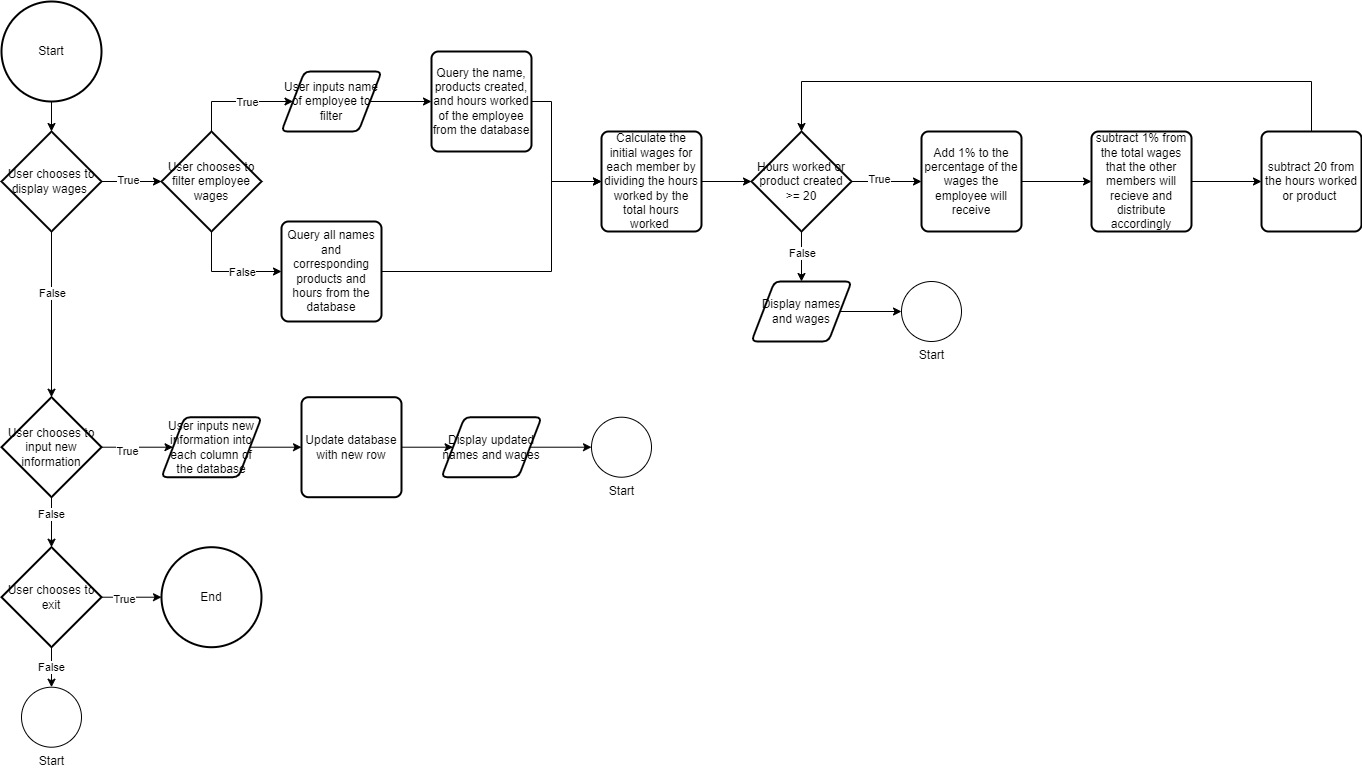
Above: Wage Calculator Flowchart.drawio.png in mimimelonxxxx/CSE2190 (draw.io), before the change. Source tidied: cells renumbered, new cells last; positions are measured from the earlier drawing's top-left corner, leaving out a move shared by most shapes. Source of this version:
```xml
<mxGraphModel>
  <root>
    <mxCell id="0" />
    <mxCell id="1" parent="0" />
    <mxCell id="2" style="edgeStyle=orthogonalEdgeStyle;rounded=0;jettySize=auto;html=1;" parent="1" edge="1" source="3" target="8">
      <mxGeometry relative="1" as="geometry" />
    </mxCell>
    <mxCell id="3" value="Start" style="strokeWidth=2;html=1;shape=mxgraph.flowchart.start_2;whiteSpace=wrap;" parent="1" vertex="1">
      <mxGeometry width="100" height="100" as="geometry" />
    </mxCell>
    <mxCell id="4" style="edgeStyle=orthogonalEdgeStyle;rounded=0;jettySize=auto;html=1;" parent="1" edge="1" source="8" target="13">
      <mxGeometry relative="1" as="geometry" />
    </mxCell>
    <mxCell id="5" value="False" style="edgeLabel;html=1;align=center;verticalAlign=middle;" parent="4" vertex="1">
      <mxGeometry x="-0.27" y="9" relative="1" as="geometry">
        <mxPoint x="-9" as="offset" />
      </mxGeometry>
    </mxCell>
    <mxCell id="6" style="edgeStyle=orthogonalEdgeStyle;rounded=0;jettySize=auto;html=1;" parent="1" edge="1" source="8" target="24">
      <mxGeometry relative="1" as="geometry" />
    </mxCell>
    <mxCell id="7" value="True" style="edgeLabel;html=1;align=center;verticalAlign=middle;" parent="6" vertex="1">
      <mxGeometry x="-0.13" y="2" relative="1" as="geometry" />
    </mxCell>
    <mxCell id="8" value="User chooses to display wages&amp;nbsp;" style="strokeWidth=2;html=1;shape=mxgraph.flowchart.decision;whiteSpace=wrap;" parent="1" vertex="1">
      <mxGeometry y="130" width="100" height="100" as="geometry" />
    </mxCell>
    <mxCell id="9" style="edgeStyle=orthogonalEdgeStyle;rounded=0;jettySize=auto;html=1;" parent="1" edge="1" source="13" target="17">
      <mxGeometry relative="1" as="geometry" />
    </mxCell>
    <mxCell id="10" value="False" style="edgeLabel;html=1;align=center;verticalAlign=middle;" parent="9" vertex="1">
      <mxGeometry x="-0.33" y="-1" relative="1" as="geometry" />
    </mxCell>
    <mxCell id="11" style="edgeStyle=orthogonalEdgeStyle;rounded=0;jettySize=auto;html=1;" parent="1" edge="1" source="13" target="35">
      <mxGeometry relative="1" as="geometry" />
    </mxCell>
    <mxCell id="12" value="True" style="edgeLabel;html=1;align=center;verticalAlign=middle;" parent="11" vertex="1">
      <mxGeometry x="-0.29" y="-4" relative="1" as="geometry" />
    </mxCell>
    <mxCell id="13" value="User chooses to input new information" style="strokeWidth=2;html=1;shape=mxgraph.flowchart.decision;whiteSpace=wrap;" parent="1" vertex="1">
      <mxGeometry y="395.7" width="100" height="100" as="geometry" />
    </mxCell>
    <mxCell id="14" value="False" style="edgeStyle=orthogonalEdgeStyle;rounded=0;jettySize=auto;html=1;" parent="1" edge="1" source="17" target="18">
      <mxGeometry relative="1" as="geometry" />
    </mxCell>
    <mxCell id="15" style="edgeStyle=orthogonalEdgeStyle;rounded=0;jettySize=auto;html=1;" parent="1" edge="1" source="17">
      <mxGeometry relative="1" as="geometry">
        <mxPoint x="160" y="595.7" as="targetPoint" />
      </mxGeometry>
    </mxCell>
    <mxCell id="16" value="True" style="edgeLabel;html=1;align=center;verticalAlign=middle;" parent="15" vertex="1">
      <mxGeometry x="-0.26" y="-2" relative="1" as="geometry" />
    </mxCell>
    <mxCell id="17" value="User chooses to exit" style="strokeWidth=2;html=1;shape=mxgraph.flowchart.decision;whiteSpace=wrap;" parent="1" vertex="1">
      <mxGeometry y="545.7" width="100" height="100" as="geometry" />
    </mxCell>
    <mxCell id="18" value="Start" style="verticalLabelPosition=bottom;verticalAlign=top;html=1;shape=mxgraph.flowchart.on-page_reference;" parent="1" vertex="1">
      <mxGeometry x="20" y="685.7" width="60" height="60" as="geometry" />
    </mxCell>
    <mxCell id="19" value="End" style="strokeWidth=2;html=1;shape=mxgraph.flowchart.start_2;whiteSpace=wrap;" parent="1" vertex="1">
      <mxGeometry x="160" y="545.7" width="100" height="100" as="geometry" />
    </mxCell>
    <mxCell id="20" style="edgeStyle=orthogonalEdgeStyle;rounded=0;jettySize=auto;html=1;entryX=0;entryY=0.5;entryDx=0;entryDy=0;" parent="1" edge="1" source="24" target="26">
      <mxGeometry relative="1" as="geometry">
        <Array as="points">
          <mxPoint x="210" y="270" />
        </Array>
      </mxGeometry>
    </mxCell>
    <mxCell id="21" value="False" style="edgeLabel;html=1;align=center;verticalAlign=middle;" parent="20" vertex="1">
      <mxGeometry x="-0.01" y="6" relative="1" as="geometry">
        <mxPoint x="15" y="6" as="offset" />
      </mxGeometry>
    </mxCell>
    <mxCell id="22" style="edgeStyle=orthogonalEdgeStyle;rounded=0;jettySize=auto;html=1;entryX=0;entryY=0.5;entryDx=0;entryDy=0;exitX=0.5;exitY=0;exitDx=0;exitDy=0;exitPerimeter=0;" parent="1" edge="1" source="24" target="28">
      <mxGeometry relative="1" as="geometry">
        <Array as="points">
          <mxPoint x="210" y="100" />
        </Array>
      </mxGeometry>
    </mxCell>
    <mxCell id="23" value="True" style="edgeLabel;html=1;align=center;verticalAlign=middle;" parent="22" vertex="1">
      <mxGeometry x="-0.2" y="-2" relative="1" as="geometry">
        <mxPoint x="20" y="-2" as="offset" />
      </mxGeometry>
    </mxCell>
    <mxCell id="24" value="User chooses to filter employee wages" style="strokeWidth=2;html=1;shape=mxgraph.flowchart.decision;whiteSpace=wrap;" parent="1" vertex="1">
      <mxGeometry x="160" y="130" width="100" height="100" as="geometry" />
    </mxCell>
    <mxCell id="25" style="edgeStyle=orthogonalEdgeStyle;rounded=0;jettySize=auto;html=1;entryX=0;entryY=0.5;entryDx=0;entryDy=0;entryPerimeter=0;" parent="1" edge="1" source="26">
      <mxGeometry relative="1" as="geometry">
        <mxPoint x="600" y="180" as="targetPoint" />
        <Array as="points">
          <mxPoint x="550" y="270" />
          <mxPoint x="550" y="180" />
        </Array>
      </mxGeometry>
    </mxCell>
    <mxCell id="26" value="Query all names and corresponding products and hours from the database" style="rounded=1;whiteSpace=wrap;html=1;absoluteArcSize=1;arcSize=14;strokeWidth=2;" parent="1" vertex="1">
      <mxGeometry x="280" y="220" width="100" height="100" as="geometry" />
    </mxCell>
    <mxCell id="27" style="edgeStyle=orthogonalEdgeStyle;rounded=0;jettySize=auto;html=1;" parent="1" edge="1" source="28" target="30">
      <mxGeometry relative="1" as="geometry" />
    </mxCell>
    <mxCell id="28" value="User inputs name of employee to filter" style="shape=parallelogram;html=1;strokeWidth=2;perimeter=parallelogramPerimeter;whiteSpace=wrap;rounded=1;arcSize=12;size=0.23;" parent="1" vertex="1">
      <mxGeometry x="280" y="70" width="100" height="60" as="geometry" />
    </mxCell>
    <mxCell id="29" style="edgeStyle=orthogonalEdgeStyle;rounded=0;jettySize=auto;html=1;entryX=0;entryY=0.5;entryDx=0;entryDy=0;entryPerimeter=0;" parent="1" edge="1" source="30">
      <mxGeometry relative="1" as="geometry">
        <mxPoint x="600" y="180" as="targetPoint" />
        <Array as="points">
          <mxPoint x="550" y="100" />
          <mxPoint x="550" y="180" />
        </Array>
      </mxGeometry>
    </mxCell>
    <mxCell id="30" value="Query the name, products created, and hours worked of the employee from the database" style="rounded=1;whiteSpace=wrap;html=1;absoluteArcSize=1;arcSize=14;strokeWidth=2;" parent="1" vertex="1">
      <mxGeometry x="430" y="50" width="100" height="100" as="geometry" />
    </mxCell>
    <mxCell id="31" style="edgeStyle=orthogonalEdgeStyle;rounded=0;jettySize=auto;html=1;" parent="1" edge="1" source="32" target="33">
      <mxGeometry relative="1" as="geometry" />
    </mxCell>
    <mxCell id="32" value="Display names and wages" style="shape=parallelogram;html=1;strokeWidth=2;perimeter=parallelogramPerimeter;whiteSpace=wrap;rounded=1;arcSize=12;size=0.23;" parent="1" vertex="1">
      <mxGeometry x="750" y="280" width="100" height="60" as="geometry" />
    </mxCell>
    <mxCell id="33" value="Start" style="verticalLabelPosition=bottom;verticalAlign=top;html=1;shape=mxgraph.flowchart.on-page_reference;" parent="1" vertex="1">
      <mxGeometry x="900" y="280" width="60" height="60" as="geometry" />
    </mxCell>
    <mxCell id="34" style="edgeStyle=orthogonalEdgeStyle;rounded=0;jettySize=auto;html=1;" parent="1" edge="1" source="35" target="37">
      <mxGeometry relative="1" as="geometry" />
    </mxCell>
    <mxCell id="35" value="User inputs new information into each column of the database" style="shape=parallelogram;html=1;strokeWidth=2;perimeter=parallelogramPerimeter;whiteSpace=wrap;rounded=1;arcSize=12;size=0.23;" parent="1" vertex="1">
      <mxGeometry x="160" y="415.7" width="100" height="60" as="geometry" />
    </mxCell>
    <mxCell id="36" style="edgeStyle=orthogonalEdgeStyle;rounded=0;jettySize=auto;html=1;" parent="1" edge="1" source="37" target="39">
      <mxGeometry relative="1" as="geometry" />
    </mxCell>
    <mxCell id="37" value="Update database with new row" style="rounded=1;whiteSpace=wrap;html=1;absoluteArcSize=1;arcSize=14;strokeWidth=2;" parent="1" vertex="1">
      <mxGeometry x="300" y="395.7" width="100" height="100" as="geometry" />
    </mxCell>
    <mxCell id="38" style="edgeStyle=orthogonalEdgeStyle;rounded=0;jettySize=auto;html=1;" parent="1" edge="1" source="39" target="40">
      <mxGeometry relative="1" as="geometry" />
    </mxCell>
    <mxCell id="39" value="Display updated names and wages" style="shape=parallelogram;html=1;strokeWidth=2;perimeter=parallelogramPerimeter;whiteSpace=wrap;rounded=1;arcSize=12;size=0.23;" parent="1" vertex="1">
      <mxGeometry x="440" y="415.7" width="100" height="60" as="geometry" />
    </mxCell>
    <mxCell id="40" value="Start" style="verticalLabelPosition=bottom;verticalAlign=top;html=1;shape=mxgraph.flowchart.on-page_reference;" parent="1" vertex="1">
      <mxGeometry x="590" y="415.7" width="60" height="60" as="geometry" />
    </mxCell>
    <mxCell id="41" style="edgeStyle=orthogonalEdgeStyle;rounded=0;jettySize=auto;html=1;" parent="1" edge="1" source="42" target="47">
      <mxGeometry relative="1" as="geometry" />
    </mxCell>
    <mxCell id="42" value="Calculate the initial wages for each member by dividing the hours worked by the total hours worked&amp;nbsp;" style="rounded=1;whiteSpace=wrap;html=1;absoluteArcSize=1;arcSize=14;strokeWidth=2;" parent="1" vertex="1">
      <mxGeometry x="600" y="130" width="100" height="100" as="geometry" />
    </mxCell>
    <mxCell id="43" style="edgeStyle=orthogonalEdgeStyle;rounded=0;jettySize=auto;html=1;" parent="1" edge="1" source="47" target="49">
      <mxGeometry relative="1" as="geometry" />
    </mxCell>
    <mxCell id="44" value="True" style="edgeLabel;html=1;align=center;verticalAlign=middle;" parent="43" vertex="1">
      <mxGeometry x="-0.24" y="3" relative="1" as="geometry" />
    </mxCell>
    <mxCell id="45" style="edgeStyle=orthogonalEdgeStyle;rounded=0;jettySize=auto;html=1;" parent="1" edge="1" source="47" target="32">
      <mxGeometry relative="1" as="geometry" />
    </mxCell>
    <mxCell id="46" value="False" style="edgeLabel;html=1;align=center;verticalAlign=middle;" parent="45" vertex="1">
      <mxGeometry x="-0.28" y="5" relative="1" as="geometry">
        <mxPoint x="-5" y="3" as="offset" />
      </mxGeometry>
    </mxCell>
    <mxCell id="47" value="Hours worked or product created &amp;gt;= 20" style="strokeWidth=2;html=1;shape=mxgraph.flowchart.decision;whiteSpace=wrap;" parent="1" vertex="1">
      <mxGeometry x="750" y="130" width="100" height="100" as="geometry" />
    </mxCell>
    <mxCell id="48" style="edgeStyle=orthogonalEdgeStyle;rounded=0;jettySize=auto;html=1;" parent="1" edge="1" source="49" target="51">
      <mxGeometry relative="1" as="geometry" />
    </mxCell>
    <mxCell id="49" value="Add 1% to the percentage of the wages the employee will receive" style="rounded=1;whiteSpace=wrap;html=1;absoluteArcSize=1;arcSize=14;strokeWidth=2;" parent="1" vertex="1">
      <mxGeometry x="920" y="130" width="100" height="100" as="geometry" />
    </mxCell>
    <mxCell id="50" style="edgeStyle=orthogonalEdgeStyle;rounded=0;jettySize=auto;html=1;" parent="1" edge="1" source="51" target="53">
      <mxGeometry relative="1" as="geometry" />
    </mxCell>
    <mxCell id="51" value="subtract 1% from the total wages that the other members will recieve and distribute accordingly" style="rounded=1;whiteSpace=wrap;html=1;absoluteArcSize=1;arcSize=14;strokeWidth=2;" parent="1" vertex="1">
      <mxGeometry x="1090" y="130" width="100" height="100" as="geometry" />
    </mxCell>
    <mxCell id="52" style="edgeStyle=orthogonalEdgeStyle;rounded=0;jettySize=auto;html=1;entryX=0.5;entryY=0;entryDx=0;entryDy=0;entryPerimeter=0;" parent="1" edge="1" source="53" target="47">
      <mxGeometry relative="1" as="geometry">
        <Array as="points">
          <mxPoint x="1310" y="80" />
          <mxPoint x="800" y="80" />
        </Array>
      </mxGeometry>
    </mxCell>
    <mxCell id="53" value="subtract 20 from the hours worked or product&amp;nbsp;" style="rounded=1;whiteSpace=wrap;html=1;absoluteArcSize=1;arcSize=14;strokeWidth=2;" parent="1" vertex="1">
      <mxGeometry x="1260" y="130" width="100" height="100" as="geometry" />
    </mxCell>
  </root>
</mxGraphModel>
```
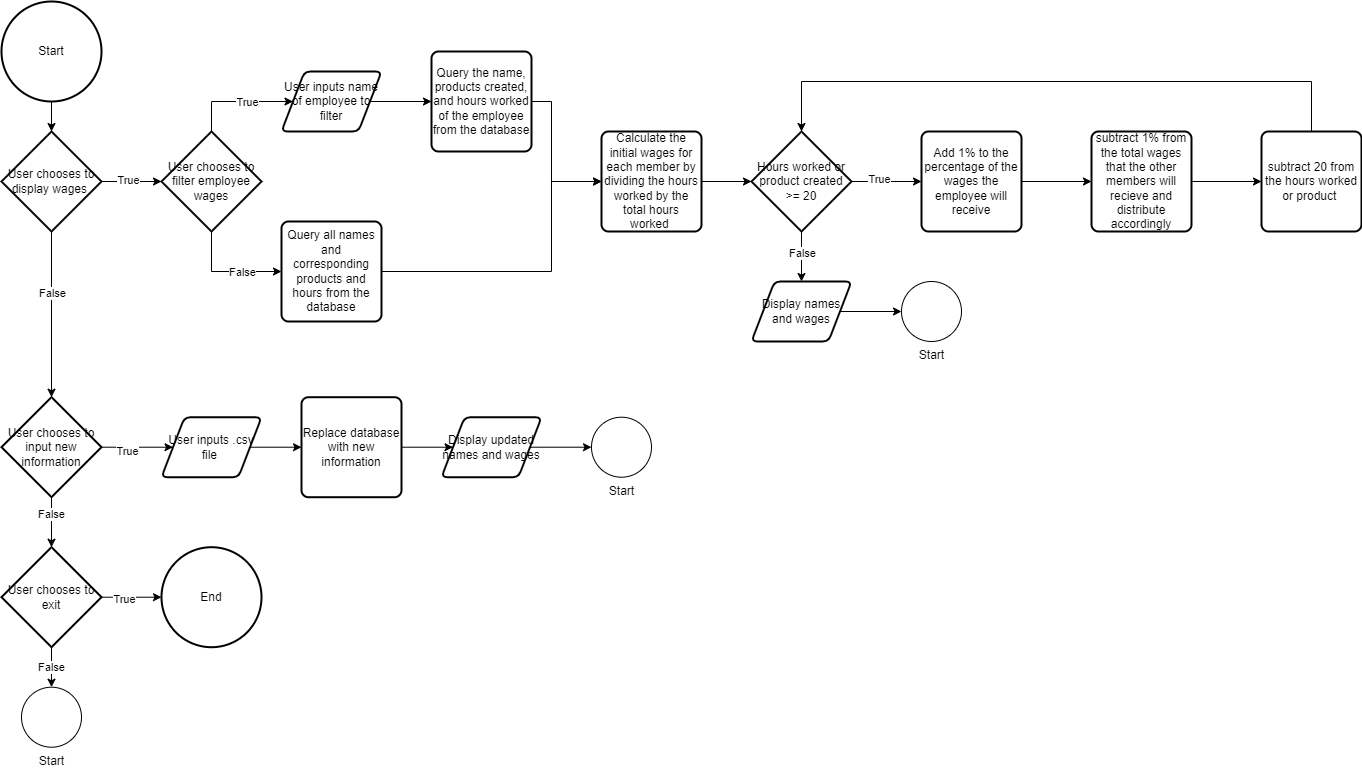
The same file after the commit.

Diff of the diagram source:
```diff
@@ -129,13 +129,13 @@
     <mxCell id="34" style="edgeStyle=orthogonalEdgeStyle;rounded=0;jettySize=auto;html=1;" parent="1" edge="1" source="35" target="37">
       <mxGeometry relative="1" as="geometry" />
     </mxCell>
-    <mxCell id="35" value="User inputs new information into each column of the database" style="shape=parallelogram;html=1;strokeWidth=2;perimeter=parallelogramPerimeter;whiteSpace=wrap;rounded=1;arcSize=12;size=0.23;" parent="1" vertex="1">
+    <mxCell id="35" value="User inputs .csv file&amp;nbsp;" style="shape=parallelogram;html=1;strokeWidth=2;perimeter=parallelogramPerimeter;whiteSpace=wrap;rounded=1;arcSize=12;size=0.23;" parent="1" vertex="1">
       <mxGeometry x="160" y="415.7" width="100" height="60" as="geometry" />
     </mxCell>
     <mxCell id="36" style="edgeStyle=orthogonalEdgeStyle;rounded=0;jettySize=auto;html=1;" parent="1" edge="1" source="37" target="39">
       <mxGeometry relative="1" as="geometry" />
     </mxCell>
-    <mxCell id="37" value="Update database with new row" style="rounded=1;whiteSpace=wrap;html=1;absoluteArcSize=1;arcSize=14;strokeWidth=2;" parent="1" vertex="1">
+    <mxCell id="37" value="Replace database with new information" style="rounded=1;whiteSpace=wrap;html=1;absoluteArcSize=1;arcSize=14;strokeWidth=2;" parent="1" vertex="1">
       <mxGeometry x="300" y="395.7" width="100" height="100" as="geometry" />
     </mxCell>
     <mxCell id="38" style="edgeStyle=orthogonalEdgeStyle;rounded=0;jettySize=auto;html=1;" parent="1" edge="1" source="39" target="40">
```
